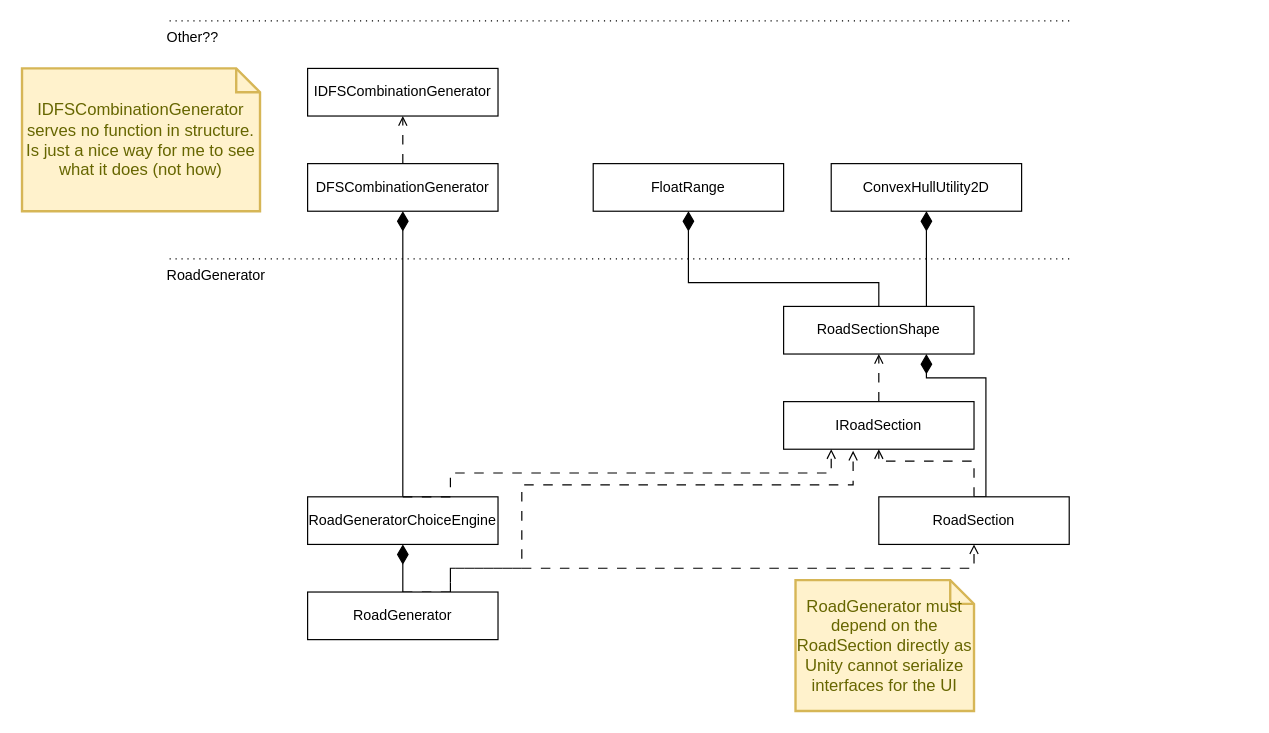
Above: Assets/Scripts/Architecture.drawio in JohnnyHowe/infinite-drifto-road-generation (draw.io), before the change. Source tidied: cells renumbered, new cells numbered last; positions are measured from the earlier drawing's top-left corner, leaving out a move shared by most shapes. Both pictures are drawn from the tidied source at 119%, with x=0, y=0 at pixel (21, 20).
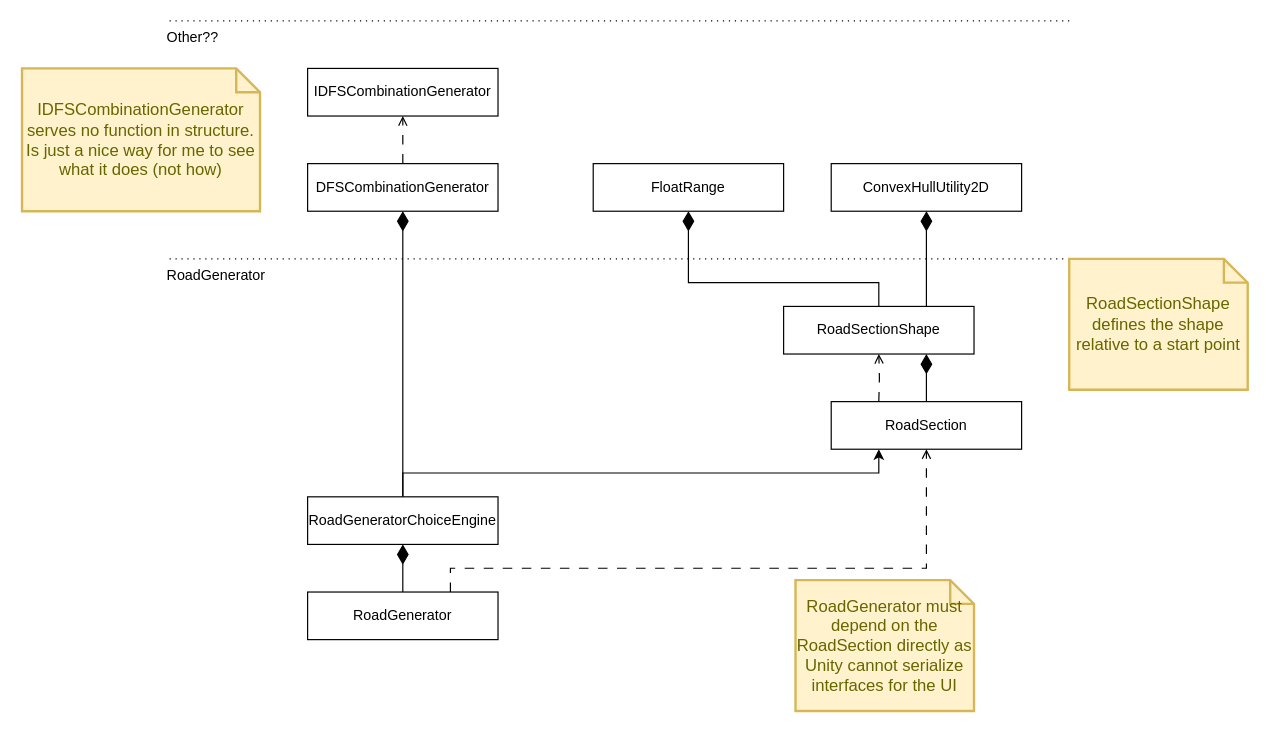
After the change.

Unchanged cells that the change refers to:
```xml
<mxCell id="6" value="RoadGeneratorChoiceEngine" style="rounded=0;whiteSpace=wrap;html=1;" parent="1" vertex="1">
  <mxGeometry x="240" y="400" width="160" height="40" as="geometry" />
</mxCell>
<mxCell id="16" value="RoadGenerator" style="rounded=0;whiteSpace=wrap;html=1;" parent="1" vertex="1">
  <mxGeometry x="240" y="480" width="160" height="40" as="geometry" />
</mxCell>
<mxCell id="20" value="RoadSectionShape" style="rounded=0;whiteSpace=wrap;html=1;" parent="1" vertex="1">
  <mxGeometry x="640" y="240" width="160" height="40" as="geometry" />
</mxCell>
```

Diff of the diagram source:
```diff
@@
+    <mxCell id="28" style="edgeStyle=orthogonalEdgeStyle;rounded=0;jettySize=auto;html=1;exitX=0.5;exitY=0;exitDx=0;exitDy=0;entryX=0.25;entryY=1;entryDx=0;entryDy=0;" parent="1" edge="1" source="6" target="11">
+      <mxGeometry relative="1" as="geometry" />
+    </mxCell>
@@
-    <mxCell id="7" style="edgeStyle=orthogonalEdgeStyle;rounded=0;jettySize=auto;html=1;exitX=0.5;exitY=0;exitDx=0;exitDy=0;entryX=0.5;entryY=1;entryDx=0;entryDy=0;dashed=1;dashPattern=8 8;endArrow=open;endFill=0;" parent="1" edge="1" source="8" target="20">
-      <mxGeometry relative="1" as="geometry" />
+    <mxCell id="7" style="edgeStyle=orthogonalEdgeStyle;rounded=0;jettySize=auto;html=1;exitX=0.5;exitY=0;exitDx=0;exitDy=0;entryX=0.5;entryY=1;entryDx=0;entryDy=0;dashed=1;dashPattern=8 8;endArrow=open;endFill=0;" parent="1" edge="1" target="20">
+      <mxGeometry relative="1" as="geometry">
+        <mxPoint x="720" y="320" as="sourcePoint" />
+      </mxGeometry>
     </mxCell>
-    <mxCell id="8" value="IRoadSection" style="rounded=0;whiteSpace=wrap;html=1;" parent="1" vertex="1">
-      <mxGeometry x="640" y="320" width="160" height="40" as="geometry" />
-    </mxCell>
-    <mxCell id="9" style="edgeStyle=orthogonalEdgeStyle;rounded=0;jettySize=auto;html=1;exitX=0.5;exitY=0;exitDx=0;exitDy=0;entryX=0.5;entryY=1;entryDx=0;entryDy=0;dashed=1;dashPattern=8 8;endArrow=open;endFill=0;" parent="1" edge="1" source="11" target="8">
-      <mxGeometry relative="1" as="geometry">
-        <Array as="points">
-          <mxPoint x="800" y="370" />
-          <mxPoint x="720" y="370" />
-        </Array>
-      </mxGeometry>
-    </mxCell>
     <mxCell id="10" style="edgeStyle=orthogonalEdgeStyle;rounded=0;jettySize=auto;html=1;exitX=0.5;exitY=0;exitDx=0;exitDy=0;entryX=0.75;entryY=1;entryDx=0;entryDy=0;endArrow=diamondThin;endFill=1;endSize=14;" parent="1" edge="1" source="11" target="20">
       <mxGeometry relative="1" as="geometry">
         <Array as="points">
-          <mxPoint x="810" y="400" />
-          <mxPoint x="810" y="300" />
-          <mxPoint x="760" y="300" />
+          <mxPoint x="760" y="310" />
+          <mxPoint x="760" y="310" />
         </Array>
       </mxGeometry>
     </mxCell>
     <mxCell id="11" value="RoadSection" style="rounded=0;whiteSpace=wrap;html=1;" parent="1" vertex="1">
-      <mxGeometry x="720" y="400" width="160" height="40" as="geometry" />
+      <mxGeometry x="680" y="320" width="160" height="40" as="geometry" />
     </mxCell>
-    <mxCell id="12" style="edgeStyle=orthogonalEdgeStyle;rounded=0;jettySize=auto;html=1;exitX=0.5;exitY=0;exitDx=0;exitDy=0;entryX=0.25;entryY=1;entryDx=0;entryDy=0;dashed=1;dashPattern=8 8;endArrow=open;endFill=0;" parent="1" edge="1" source="6" target="8">
-      <mxGeometry relative="1" as="geometry">
-        <Array as="points">
-          <mxPoint x="360" y="400" />
-          <mxPoint x="360" y="380" />
-          <mxPoint x="680" y="380" />
-        </Array>
-      </mxGeometry>
-    </mxCell>
-    <mxCell id="13" style="edgeStyle=orthogonalEdgeStyle;rounded=0;jettySize=auto;html=1;exitX=0.5;exitY=0;exitDx=0;exitDy=0;entryX=0.365;entryY=1.033;entryDx=0;entryDy=0;entryPerimeter=0;dashed=1;dashPattern=8 8;endArrow=open;endFill=0;" parent="1" edge="1" source="16" target="8">
-      <mxGeometry relative="1" as="geometry">
-        <Array as="points">
-          <mxPoint x="360" y="480" />
-          <mxPoint x="360" y="460" />
-          <mxPoint x="420" y="460" />
-          <mxPoint x="420" y="390" />
-          <mxPoint x="698" y="390" />
-        </Array>
-      </mxGeometry>
-    </mxCell>
@@
     <mxCell id="15" style="edgeStyle=orthogonalEdgeStyle;rounded=0;jumpSize=14;jettySize=auto;html=1;exitX=0.75;exitY=0;exitDx=0;exitDy=0;entryX=0.5;entryY=1;entryDx=0;entryDy=0;dashed=1;dashPattern=8 8;endArrow=open;endFill=0;startSize=14;endSize=6;" parent="1" edge="1" source="16" target="11">
-      <mxGeometry relative="1" as="geometry" />
+      <mxGeometry relative="1" as="geometry">
+        <Array as="points">
+          <mxPoint x="360" y="460" />
+          <mxPoint x="760" y="460" />
+        </Array>
+      </mxGeometry>
     </mxCell>
@@
+    <mxCell id="29" value="RoadSectionShape defines the shape relative to a start point" style="shape=note;strokeWidth=2;fontSize=14;size=20;whiteSpace=wrap;html=1;fillColor=#fff2cc;strokeColor=#d6b656;fontColor=#666600;" parent="1" vertex="1">
+      <mxGeometry x="880" y="200" width="150" height="110" as="geometry" />
+    </mxCell>
```
